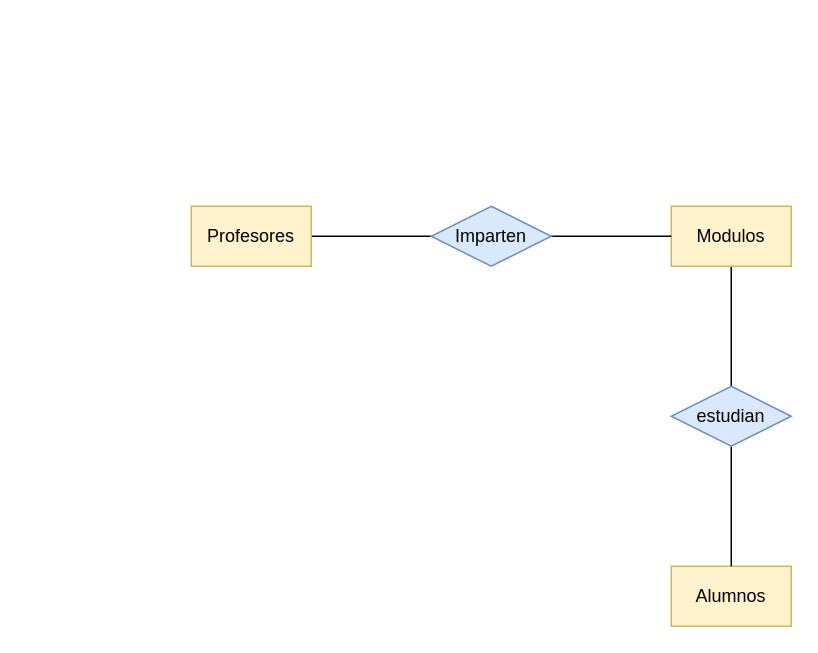
Above: Unidad-1/Tareas/Diagrama sin título.drawio in toninavhd/Base-datos (draw.io), before the change. Source tidied: cells renumbered, new cells numbered last; positions are measured from the earlier drawing's top-left corner, leaving out a move shared by most shapes. Both pictures are drawn from the tidied source at 150%, with x=0, y=0 at pixel (190, 206).
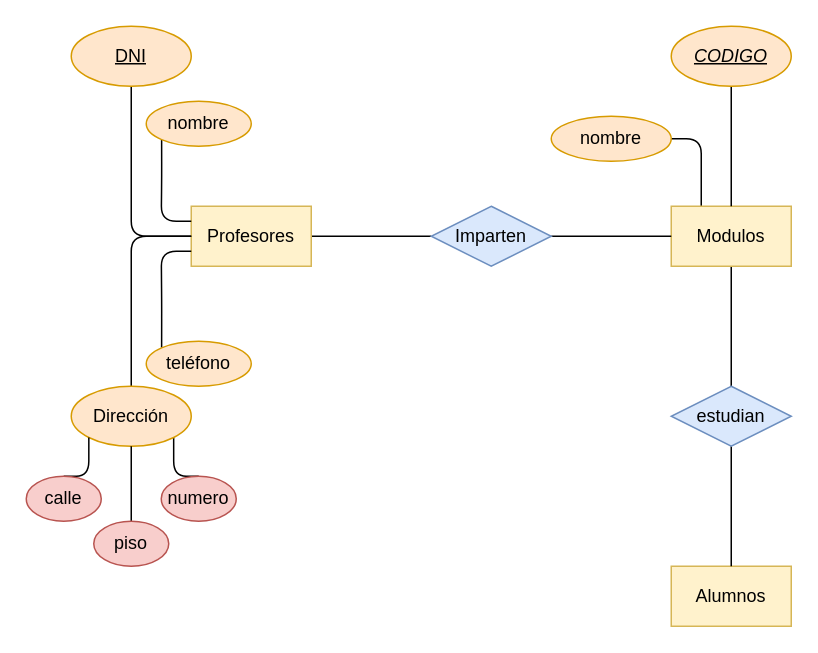
After the change.

The change refers to these unchanged cells:
```xml
<mxCell id="4" value="&lt;div&gt;Profesores&lt;/div&gt;" style="rounded=0;whiteSpace=wrap;html=1;fillColor=#fff2cc;strokeColor=#d6b656;" parent="1" vertex="1">
  <mxGeometry width="80" height="40" as="geometry" />
</mxCell>
<mxCell id="6" value="&lt;div&gt;Modulos&lt;/div&gt;" style="rounded=0;whiteSpace=wrap;html=1;fillColor=#fff2cc;strokeColor=#d6b656;" parent="1" vertex="1">
  <mxGeometry x="320" width="80" height="40" as="geometry" />
</mxCell>
```

The edit, as a diff of the source:
```diff
@@
+    <mxCell id="11" style="edgeStyle=orthogonalEdgeStyle;jettySize=auto;html=1;exitX=0.25;exitY=0;exitDx=0;exitDy=0;entryX=1;entryY=0.5;entryDx=0;entryDy=0;endArrow=none;endFill=0;rounded=1;" parent="1" edge="1" source="6" target="28">
+      <mxGeometry relative="1" as="geometry" />
+    </mxCell>
@@
+    <mxCell id="12" style="edgeStyle=orthogonalEdgeStyle;rounded=1;jettySize=auto;html=1;exitX=0.5;exitY=1;exitDx=0;exitDy=0;entryX=0;entryY=0.5;entryDx=0;entryDy=0;endArrow=none;endFill=0;" parent="1" edge="1" source="13" target="4">
+      <mxGeometry relative="1" as="geometry" />
+    </mxCell>
+    <mxCell id="13" value="&lt;u&gt;DNI&lt;/u&gt;" style="ellipse;whiteSpace=wrap;html=1;fillColor=#ffe6cc;strokeColor=#d79b00;" parent="1" vertex="1">
+      <mxGeometry x="-80" y="-120" width="80" height="40" as="geometry" />
+    </mxCell>
+    <mxCell id="14" style="edgeStyle=orthogonalEdgeStyle;rounded=1;jettySize=auto;html=1;exitX=0;exitY=1;exitDx=0;exitDy=0;entryX=0;entryY=0.25;entryDx=0;entryDy=0;endArrow=none;endFill=0;" parent="1" edge="1" source="15" target="4">
+      <mxGeometry relative="1" as="geometry" />
+    </mxCell>
+    <mxCell id="15" value="nombre" style="ellipse;whiteSpace=wrap;html=1;fillColor=#ffe6cc;strokeColor=#d79b00;" parent="1" vertex="1">
+      <mxGeometry x="-30" y="-70" width="70" height="30" as="geometry" />
+    </mxCell>
+    <mxCell id="16" style="edgeStyle=orthogonalEdgeStyle;rounded=1;jettySize=auto;html=1;exitX=0.5;exitY=0;exitDx=0;exitDy=0;entryX=0;entryY=0.5;entryDx=0;entryDy=0;endArrow=none;endFill=0;" parent="1" edge="1" source="18" target="4">
+      <mxGeometry relative="1" as="geometry" />
+    </mxCell>
+    <mxCell id="17" style="edgeStyle=orthogonalEdgeStyle;rounded=1;jettySize=auto;html=1;exitX=1;exitY=1;exitDx=0;exitDy=0;endArrow=none;endFill=0;" parent="1" edge="1" source="18" target="23">
+      <mxGeometry relative="1" as="geometry" />
+    </mxCell>
+    <mxCell id="18" value="Dirección" style="ellipse;whiteSpace=wrap;html=1;fillColor=#ffe6cc;strokeColor=#d79b00;" parent="1" vertex="1">
+      <mxGeometry x="-80" y="120" width="80" height="40" as="geometry" />
+    </mxCell>
+    <mxCell id="19" style="edgeStyle=orthogonalEdgeStyle;rounded=1;jettySize=auto;html=1;exitX=0;exitY=0;exitDx=0;exitDy=0;entryX=0;entryY=0.75;entryDx=0;entryDy=0;endArrow=none;endFill=0;" parent="1" edge="1" source="20" target="4">
+      <mxGeometry relative="1" as="geometry" />
+    </mxCell>
+    <mxCell id="20" value="teléfono" style="ellipse;whiteSpace=wrap;html=1;fillColor=#ffe6cc;strokeColor=#d79b00;" parent="1" vertex="1">
+      <mxGeometry x="-30" y="90" width="70" height="30" as="geometry" />
+    </mxCell>
+    <mxCell id="21" style="edgeStyle=orthogonalEdgeStyle;rounded=1;jettySize=auto;html=1;exitX=0.5;exitY=0;exitDx=0;exitDy=0;entryX=0;entryY=1;entryDx=0;entryDy=0;endArrow=none;endFill=0;" parent="1" edge="1" source="22" target="18">
+      <mxGeometry relative="1" as="geometry" />
+    </mxCell>
+    <mxCell id="22" value="calle" style="ellipse;whiteSpace=wrap;html=1;fillColor=#f8cecc;strokeColor=#b85450;" parent="1" vertex="1">
+      <mxGeometry x="-110" y="180" width="50" height="30" as="geometry" />
+    </mxCell>
+    <mxCell id="23" value="&lt;div&gt;numero&lt;/div&gt;" style="ellipse;whiteSpace=wrap;html=1;fillColor=#f8cecc;strokeColor=#b85450;" parent="1" vertex="1">
+      <mxGeometry x="-20" y="180" width="50" height="30" as="geometry" />
+    </mxCell>
+    <mxCell id="24" style="edgeStyle=orthogonalEdgeStyle;rounded=0;jettySize=auto;html=1;exitX=0.5;exitY=0;exitDx=0;exitDy=0;entryX=0.5;entryY=1;entryDx=0;entryDy=0;endArrow=none;endFill=0;" parent="1" edge="1" source="25" target="18">
+      <mxGeometry relative="1" as="geometry" />
+    </mxCell>
+    <mxCell id="25" value="piso" style="ellipse;whiteSpace=wrap;html=1;fillColor=#f8cecc;strokeColor=#b85450;" parent="1" vertex="1">
+      <mxGeometry x="-65" y="210" width="50" height="30" as="geometry" />
+    </mxCell>
+    <mxCell id="26" style="edgeStyle=orthogonalEdgeStyle;rounded=0;jettySize=auto;html=1;exitX=0.5;exitY=1;exitDx=0;exitDy=0;endArrow=none;endFill=0;" parent="1" edge="1" source="27" target="6">
+      <mxGeometry relative="1" as="geometry" />
+    </mxCell>
+    <mxCell id="27" value="&lt;i&gt;&lt;u&gt;CODIGO&lt;/u&gt;&lt;/i&gt;" style="ellipse;whiteSpace=wrap;html=1;fillColor=#ffe6cc;strokeColor=#d79b00;" parent="1" vertex="1">
+      <mxGeometry x="320" y="-120" width="80" height="40" as="geometry" />
+    </mxCell>
+    <mxCell id="28" value="nombre" style="ellipse;whiteSpace=wrap;html=1;fillColor=#ffe6cc;strokeColor=#d79b00;" parent="1" vertex="1">
+      <mxGeometry x="240" y="-60" width="80" height="30" as="geometry" />
+    </mxCell>
```
